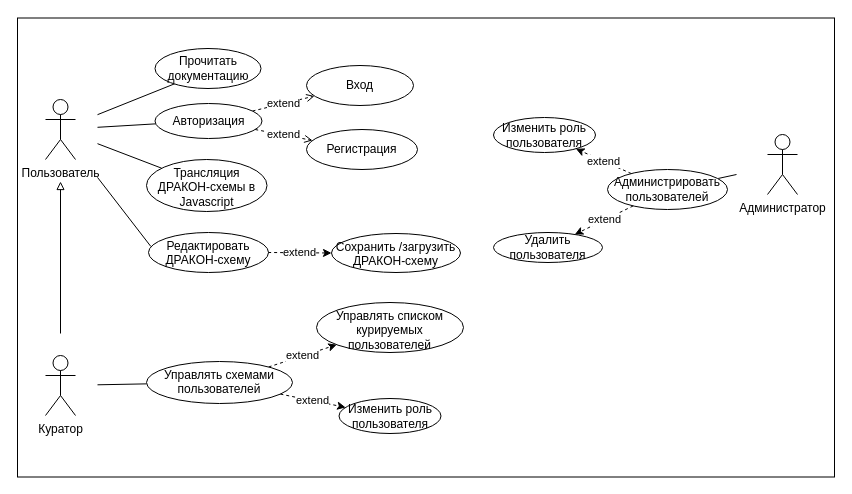
Earlier version of the draw.io diagram page "usecase" (1 of 7) of dizdocs/usecase_new.drawio (samarsky-canary/dragon). Source tidied: cells renumbered, new cells numbered last; positions are measured from the earlier drawing's top-left corner, leaving out a move shared by most shapes. Both pictures are drawn from the tidied source at 100%, with x=0, y=0 at pixel (17, 17).
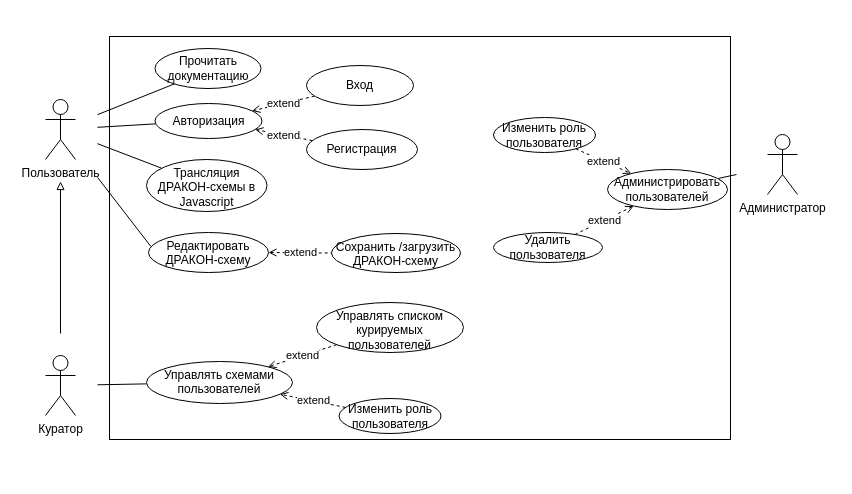
The same page after the edit.

Unchanged cells that the change refers to:
```xml
<mxCell id="13" value="Авторизация" style="ellipse;whiteSpace=wrap;html=1;" parent="1" vertex="1">
  <mxGeometry x="137.5" y="86" width="107" height="35" as="geometry" />
</mxCell>
<mxCell id="14" value="Вход" style="ellipse;whiteSpace=wrap;html=1;" parent="1" vertex="1">
  <mxGeometry x="289" y="48" width="107" height="40" as="geometry" />
</mxCell>
<mxCell id="16" value="Администрировать&lt;br&gt;пользователей" style="ellipse;whiteSpace=wrap;html=1;" parent="1" vertex="1">
  <mxGeometry x="590" y="152" width="120" height="40" as="geometry" />
</mxCell>
<mxCell id="18" value="Изменить роль пользователя" style="ellipse;whiteSpace=wrap;html=1;" parent="1" vertex="1">
  <mxGeometry x="476" y="100" width="102" height="35" as="geometry" />
</mxCell>
<mxCell id="20" value="Управлять схемами пользователей" style="ellipse;whiteSpace=wrap;html=1;verticalAlign=top;" parent="1" vertex="1">
  <mxGeometry x="129" y="344" width="146" height="42" as="geometry" />
</mxCell>
<mxCell id="21" value="Редактировать ДРАКОН-схему" style="ellipse;whiteSpace=wrap;html=1;verticalAlign=top;" parent="1" vertex="1">
  <mxGeometry x="131" y="215" width="120" height="40" as="geometry" />
</mxCell>
<mxCell id="22" value="Управлять списком курируемых пользователей" style="ellipse;whiteSpace=wrap;html=1;verticalAlign=top;" parent="1" vertex="1">
  <mxGeometry x="299" y="285" width="147" height="50" as="geometry" />
</mxCell>
<mxCell id="23" value="Удалить пользователя" style="ellipse;whiteSpace=wrap;html=1;" parent="1" vertex="1">
  <mxGeometry x="476" y="215" width="109" height="30" as="geometry" />
</mxCell>
<mxCell id="25" value="Сохранить /загрузить ДРАКОН-схему" style="ellipse;whiteSpace=wrap;html=1;verticalAlign=top;" parent="1" vertex="1">
  <mxGeometry x="314" y="216" width="129" height="39" as="geometry" />
</mxCell>
<mxCell id="30" value="Регистрация" style="ellipse;whiteSpace=wrap;html=1;" parent="1" vertex="1">
  <mxGeometry x="289" y="112" width="111" height="40" as="geometry" />
</mxCell>
<mxCell id="31" value="Изменить роль пользователя" style="ellipse;whiteSpace=wrap;html=1;" parent="1" vertex="1">
  <mxGeometry x="321.5" y="381" width="102" height="35" as="geometry" />
</mxCell>
```

Change to the diagram source:
```diff
@@
     <mxCell id="2" style="rounded=0;whiteSpace=wrap;html=1;" parent="1" vertex="1">
-      <mxGeometry y="0.5" width="817" height="459" as="geometry" />
+      <mxGeometry x="92" y="19" width="621" height="403" as="geometry" />
     </mxCell>
@@
-    <mxCell id="12" value="extend" style="edgeStyle=none;rounded=0;jettySize=auto;html=1;dashed=1;endArrow=open;endFill=0;" parent="1" edge="1" source="13" target="14">
+    <mxCell id="12" value="extend" style="edgeStyle=none;rounded=0;jettySize=auto;html=1;dashed=1;endArrow=open;endFill=0;" parent="1" edge="1" source="14" target="13">
       <mxGeometry relative="1" as="geometry" />
     </mxCell>
@@
-    <mxCell id="15" value="extend" style="edgeStyle=none;rounded=0;jettySize=auto;html=1;endArrow=classic;endFill=1;dashed=1;" parent="1" edge="1" source="16" target="18">
+    <mxCell id="15" value="extend" style="edgeStyle=none;rounded=0;jettySize=auto;html=1;endArrow=open;endFill=0;dashed=1;" parent="1" edge="1" source="18" target="16">
       <mxGeometry relative="1" as="geometry" />
     </mxCell>
@@
-    <mxCell id="17" value="extend" style="edgeStyle=none;rounded=0;jettySize=auto;html=1;dashed=1;endArrow=open;endFill=0;" parent="1" edge="1" source="13" target="30">
+    <mxCell id="17" value="extend" style="edgeStyle=none;rounded=0;jettySize=auto;html=1;dashed=1;endArrow=open;endFill=0;" parent="1" edge="1" source="30" target="13">
       <mxGeometry relative="1" as="geometry" />
     </mxCell>
@@
-    <mxCell id="19" value="extend" style="edgeStyle=none;rounded=0;jettySize=auto;html=1;dashed=1;endArrow=classic;endFill=1;" parent="1" edge="1" source="20" target="22">
+    <mxCell id="19" value="extend" style="edgeStyle=none;rounded=0;jettySize=auto;html=1;dashed=1;endArrow=open;endFill=0;" parent="1" edge="1" source="22" target="20">
       <mxGeometry relative="1" as="geometry" />
     </mxCell>
@@
-    <mxCell id="24" value="extend" style="edgeStyle=none;rounded=0;jettySize=auto;html=1;endArrow=classic;endFill=1;dashed=1;" parent="1" edge="1" source="16" target="23">
+    <mxCell id="24" value="extend" style="edgeStyle=none;rounded=0;jettySize=auto;html=1;endArrow=open;endFill=0;dashed=1;" parent="1" edge="1" source="23" target="16">
       <mxGeometry relative="1" as="geometry" />
     </mxCell>
@@
-    <mxCell id="26" value="extend" style="edgeStyle=none;rounded=0;jettySize=auto;html=1;dashed=1;endArrow=none;endFill=0;startArrow=classic;startFill=1;" parent="1" edge="1" source="25" target="21">
+    <mxCell id="26" value="extend" style="edgeStyle=none;rounded=0;jettySize=auto;html=1;dashed=1;endArrow=none;endFill=0;startArrow=open;startFill=0;" parent="1" edge="1" source="21" target="25">
       <mxGeometry relative="1" as="geometry" />
     </mxCell>
@@
-    <mxCell id="32" value="extend" style="edgeStyle=none;rounded=0;jettySize=auto;html=1;dashed=1;endArrow=classic;endFill=1;" parent="1" edge="1" source="20" target="31">
+    <mxCell id="32" value="extend" style="edgeStyle=none;rounded=0;jettySize=auto;html=1;dashed=1;endArrow=open;endFill=0;" parent="1" edge="1" source="31" target="20">
       <mxGeometry relative="1" as="geometry" />
     </mxCell>
```
